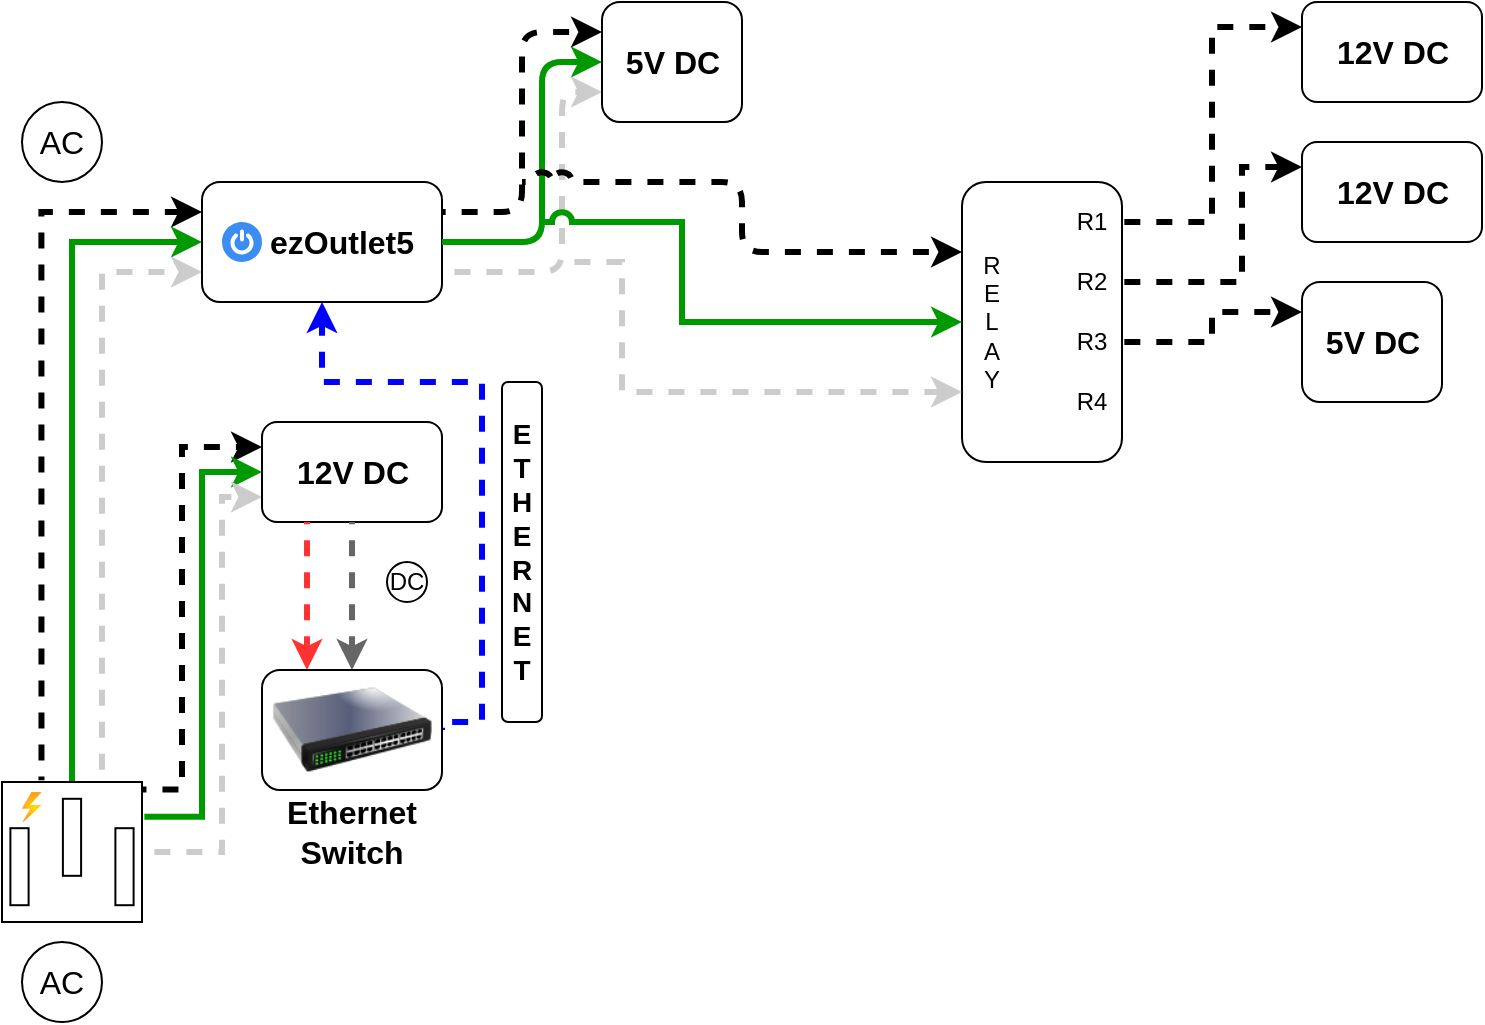
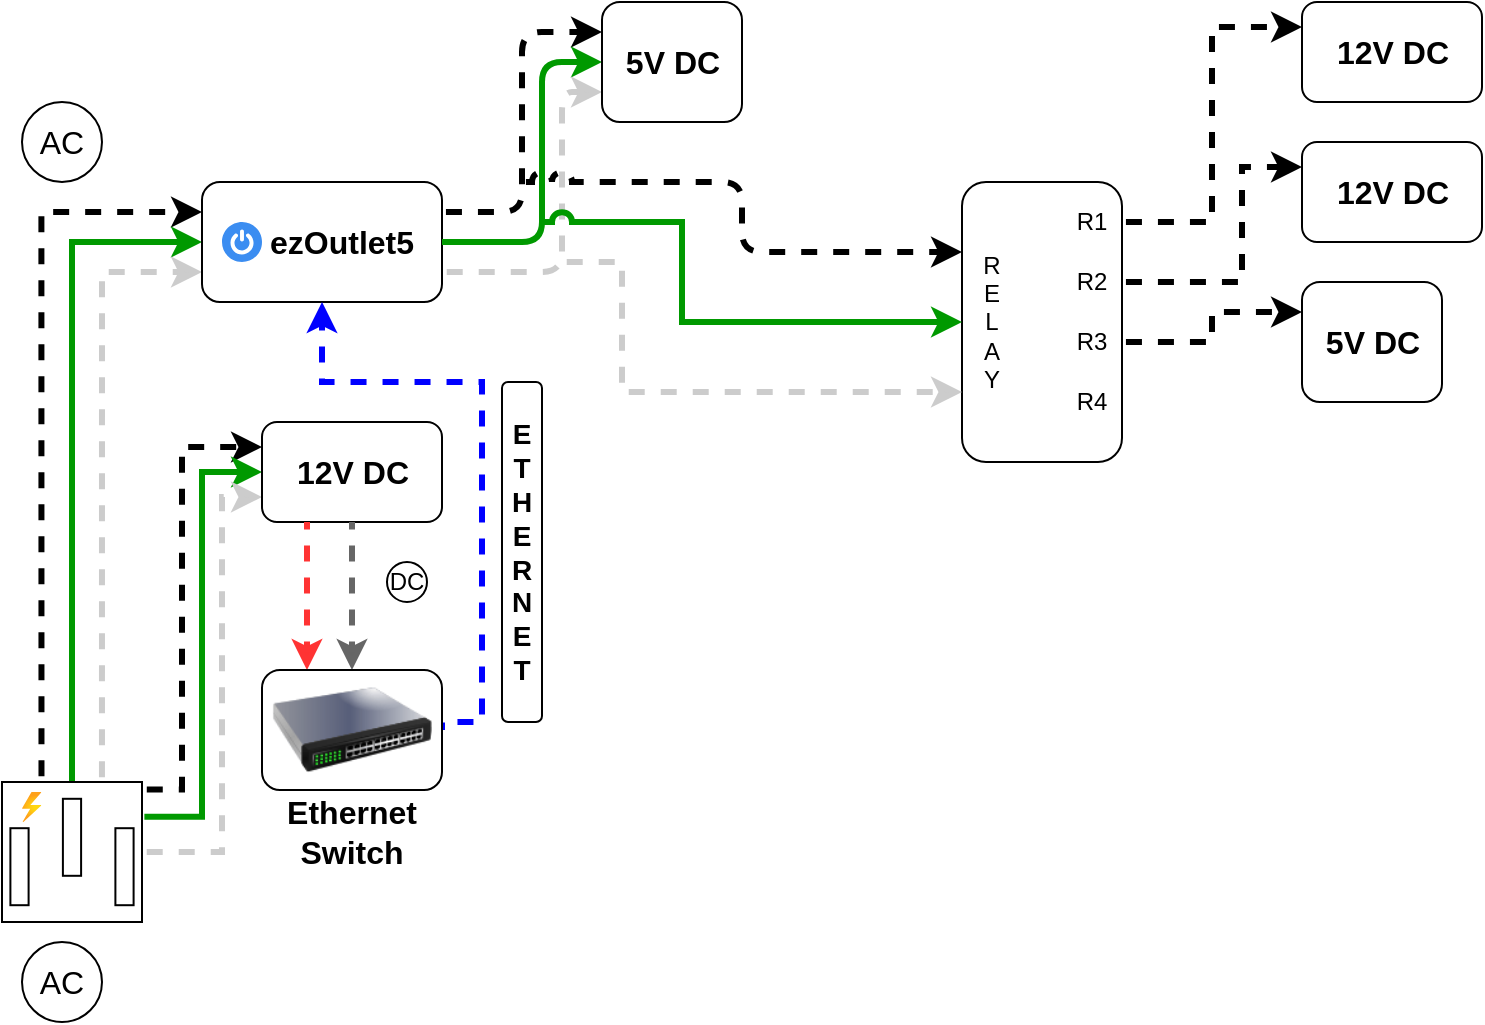
<mxfile host="app.diagrams.net" agent="Mozilla/5.0 (Windows NT 10.0; Win64; x64) AppleWebKit/537.36 (KHTML, like Gecko) Chrome/131.0.0.0 Safari/537.36 Edg/131.0.0.0" version="25.0.3">
  <diagram name="Page-1" id="VlRkN-xOVygPYa-iD9Ir">
-     <mxGraphModel dx="350" dy="219" grid="1" gridSize="10" guides="1" tooltips="1" connect="1" arrows="1" fold="1" page="1" pageScale="1" pageWidth="1169" pageHeight="827" background="none" math="0" shadow="0">
+     <mxGraphModel dx="1235" dy="774" grid="1" gridSize="10" guides="1" tooltips="1" connect="1" arrows="1" fold="1" page="1" pageScale="1" pageWidth="1169" pageHeight="827" background="none" math="0" shadow="0">
      <root>
        <mxCell id="0" />
        <mxCell id="1" parent="0" />
-         <mxCell id="JVLtuT8sySUBbFbLTn6r-3" style="edgeStyle=orthogonalEdgeStyle;rounded=0;orthogonalLoop=1;jettySize=auto;html=1;entryX=0;entryY=0.25;entryDx=0;entryDy=0;exitX=0.282;exitY=-0.013;exitDx=0;exitDy=0;exitPerimeter=0;strokeWidth=3;flowAnimation=1;flowAnimationDirection=alternate;flowAnimationTimingFunction=ease-in-out;" edge="1" parent="1" source="pD8juBFKP1GN8B8eYQTb-1" target="pD8juBFKP1GN8B8eYQTb-3">
+         <mxCell id="JVLtuT8sySUBbFbLTn6r-3" style="edgeStyle=orthogonalEdgeStyle;rounded=0;orthogonalLoop=1;jettySize=auto;html=1;entryX=0;entryY=0.25;entryDx=0;entryDy=0;exitX=0.282;exitY=-0.013;exitDx=0;exitDy=0;exitPerimeter=0;strokeWidth=3;flowAnimation=1;flowAnimationDirection=alternate;flowAnimationTimingFunction=ease-in-out;flowAnimationDuration=1500;" edge="1" parent="1" source="pD8juBFKP1GN8B8eYQTb-1" target="pD8juBFKP1GN8B8eYQTb-3">
          <mxGeometry relative="1" as="geometry" />
        </mxCell>
        <mxCell id="JVLtuT8sySUBbFbLTn6r-4" style="edgeStyle=orthogonalEdgeStyle;rounded=0;orthogonalLoop=1;jettySize=auto;html=1;exitX=0.5;exitY=0;exitDx=0;exitDy=0;exitPerimeter=0;entryX=0;entryY=0.5;entryDx=0;entryDy=0;strokeColor=#009900;strokeWidth=3;" edge="1" parent="1" source="pD8juBFKP1GN8B8eYQTb-1" target="pD8juBFKP1GN8B8eYQTb-3">
          <mxGeometry relative="1" as="geometry" />
        </mxCell>
        <mxCell id="JVLtuT8sySUBbFbLTn6r-5" style="edgeStyle=orthogonalEdgeStyle;rounded=0;orthogonalLoop=1;jettySize=auto;html=1;entryX=0;entryY=0.75;entryDx=0;entryDy=0;exitX=0.714;exitY=0;exitDx=0;exitDy=0;exitPerimeter=0;strokeWidth=3;strokeColor=#CCCCCC;flowAnimation=1;flowAnimationDirection=alternate-reverse;flowAnimationTimingFunction=ease-in-out;" edge="1" parent="1" source="pD8juBFKP1GN8B8eYQTb-1" target="pD8juBFKP1GN8B8eYQTb-3">
          <mxGeometry relative="1" as="geometry">
            <mxPoint x="120" y="320" as="targetPoint" />
          </mxGeometry>
        </mxCell>
-         <mxCell id="JVLtuT8sySUBbFbLTn6r-6" style="edgeStyle=orthogonalEdgeStyle;rounded=0;orthogonalLoop=1;jettySize=auto;html=1;entryX=0;entryY=0.25;entryDx=0;entryDy=0;exitX=1.006;exitY=0.054;exitDx=0;exitDy=0;exitPerimeter=0;strokeWidth=3;flowAnimation=1;flowAnimationDirection=alternate;flowAnimationTimingFunction=ease-in-out;" edge="1" parent="1" source="pD8juBFKP1GN8B8eYQTb-1" target="pD8juBFKP1GN8B8eYQTb-24">
+         <mxCell id="JVLtuT8sySUBbFbLTn6r-6" style="edgeStyle=orthogonalEdgeStyle;rounded=0;orthogonalLoop=1;jettySize=auto;html=1;entryX=0;entryY=0.25;entryDx=0;entryDy=0;exitX=1.006;exitY=0.054;exitDx=0;exitDy=0;exitPerimeter=0;strokeWidth=3;flowAnimation=1;flowAnimationDirection=alternate;flowAnimationTimingFunction=ease-in-out;flowAnimationDuration=1500;" edge="1" parent="1" source="pD8juBFKP1GN8B8eYQTb-1" target="pD8juBFKP1GN8B8eYQTb-24">
          <mxGeometry relative="1" as="geometry">
            <Array as="points">
              <mxPoint x="120" y="404" />
              <mxPoint x="120" y="233" />
            </Array>
          </mxGeometry>
        </mxCell>
        <mxCell id="JVLtuT8sySUBbFbLTn6r-7" style="edgeStyle=orthogonalEdgeStyle;rounded=0;orthogonalLoop=1;jettySize=auto;html=1;entryX=0;entryY=0.5;entryDx=0;entryDy=0;exitX=1.017;exitY=0.249;exitDx=0;exitDy=0;exitPerimeter=0;strokeWidth=3;strokeColor=#009900;" edge="1" parent="1" source="pD8juBFKP1GN8B8eYQTb-1" target="pD8juBFKP1GN8B8eYQTb-24">
          <mxGeometry relative="1" as="geometry" />
        </mxCell>
        <mxCell id="JVLtuT8sySUBbFbLTn6r-8" style="edgeStyle=orthogonalEdgeStyle;rounded=0;orthogonalLoop=1;jettySize=auto;html=1;entryX=0;entryY=0.75;entryDx=0;entryDy=0;strokeColor=#CCCCCC;strokeWidth=3;flowAnimation=1;flowAnimationDirection=alternate-reverse;flowAnimationTimingFunction=ease-in-out;" edge="1" parent="1" source="pD8juBFKP1GN8B8eYQTb-1" target="pD8juBFKP1GN8B8eYQTb-24">
          <mxGeometry relative="1" as="geometry">
            <Array as="points">
              <mxPoint x="140" y="435" />
              <mxPoint x="140" y="258" />
            </Array>
          </mxGeometry>
        </mxCell>
        <mxCell id="JVLtuT8sySUBbFbLTn6r-1" value="" style="group" vertex="1" connectable="0" parent="1">
          <mxGeometry x="30" y="480" width="60" height="40" as="geometry" />
        </mxCell>
        <mxCell id="pD8juBFKP1GN8B8eYQTb-22" value="AC" style="text;html=1;align=center;verticalAlign=middle;whiteSpace=wrap;rounded=0;fontSize=16;" parent="JVLtuT8sySUBbFbLTn6r-1" vertex="1">
          <mxGeometry y="5" width="60" height="30" as="geometry" />
        </mxCell>
        <mxCell id="pD8juBFKP1GN8B8eYQTb-23" value="" style="ellipse;whiteSpace=wrap;html=1;fillColor=none;" parent="JVLtuT8sySUBbFbLTn6r-1" vertex="1">
          <mxGeometry x="10" width="40" height="40" as="geometry" />
        </mxCell>
        <mxCell id="JVLtuT8sySUBbFbLTn6r-2" value="" style="group" vertex="1" connectable="0" parent="1">
          <mxGeometry x="30" y="60" width="60" height="40" as="geometry" />
        </mxCell>
        <mxCell id="pD8juBFKP1GN8B8eYQTb-9" value="" style="ellipse;whiteSpace=wrap;html=1;fillColor=none;" parent="JVLtuT8sySUBbFbLTn6r-2" vertex="1">
          <mxGeometry x="10" width="40" height="40" as="geometry" />
        </mxCell>
        <mxCell id="pD8juBFKP1GN8B8eYQTb-11" value="AC" style="text;html=1;align=center;verticalAlign=middle;whiteSpace=wrap;rounded=0;fontSize=16;" parent="JVLtuT8sySUBbFbLTn6r-2" vertex="1">
          <mxGeometry y="5" width="60" height="30" as="geometry" />
        </mxCell>
        <mxCell id="JVLtuT8sySUBbFbLTn6r-9" value="" style="group" vertex="1" connectable="0" parent="1">
          <mxGeometry x="130" y="100" width="120" height="60" as="geometry" />
        </mxCell>
        <mxCell id="JVLtuT8sySUBbFbLTn6r-16" value="" style="group" vertex="1" connectable="0" parent="JVLtuT8sySUBbFbLTn6r-9">
          <mxGeometry width="120" height="60" as="geometry" />
        </mxCell>
        <mxCell id="pD8juBFKP1GN8B8eYQTb-3" value="" style="rounded=1;whiteSpace=wrap;html=1;" parent="JVLtuT8sySUBbFbLTn6r-16" vertex="1">
          <mxGeometry width="120" height="60" as="geometry" />
        </mxCell>
        <mxCell id="JVLtuT8sySUBbFbLTn6r-13" value="" style="sketch=0;html=1;aspect=fixed;strokeColor=none;shadow=0;fillColor=#3B8DF1;verticalAlign=top;labelPosition=center;verticalLabelPosition=bottom;shape=mxgraph.gcp2.a7_power" vertex="1" parent="JVLtuT8sySUBbFbLTn6r-16">
          <mxGeometry x="10" y="20" width="20" height="20" as="geometry" />
        </mxCell>
        <mxCell id="pD8juBFKP1GN8B8eYQTb-15" value="&lt;b&gt;ezOutlet5&lt;/b&gt;" style="text;html=1;align=center;verticalAlign=middle;whiteSpace=wrap;rounded=0;fontSize=16;" parent="JVLtuT8sySUBbFbLTn6r-16" vertex="1">
          <mxGeometry x="40" y="10" width="60" height="40" as="geometry" />
        </mxCell>
        <mxCell id="JVLtuT8sySUBbFbLTn6r-11" value="" style="group" vertex="1" connectable="0" parent="1">
          <mxGeometry x="160" y="220" width="90" height="50" as="geometry" />
        </mxCell>
        <mxCell id="JVLtuT8sySUBbFbLTn6r-72" value="" style="group" vertex="1" connectable="0" parent="JVLtuT8sySUBbFbLTn6r-11">
          <mxGeometry width="90" height="50" as="geometry" />
        </mxCell>
        <mxCell id="pD8juBFKP1GN8B8eYQTb-24" value="" style="rounded=1;whiteSpace=wrap;html=1;" parent="JVLtuT8sySUBbFbLTn6r-72" vertex="1">
          <mxGeometry width="90" height="50" as="geometry" />
        </mxCell>
        <mxCell id="JVLtuT8sySUBbFbLTn6r-10" value="&lt;font style=&quot;font-size: 16px;&quot;&gt;&lt;b&gt;12V DC&lt;/b&gt;&lt;/font&gt;" style="text;html=1;align=center;verticalAlign=middle;whiteSpace=wrap;rounded=0;" vertex="1" parent="JVLtuT8sySUBbFbLTn6r-72">
          <mxGeometry x="15.75" y="10" width="58.5" height="30" as="geometry" />
        </mxCell>
        <mxCell id="JVLtuT8sySUBbFbLTn6r-18" value="" style="group" vertex="1" connectable="0" parent="1">
          <mxGeometry x="30" y="400" width="70" height="70" as="geometry" />
        </mxCell>
        <mxCell id="pD8juBFKP1GN8B8eYQTb-1" value="" style="pointerEvents=1;verticalLabelPosition=bottom;shadow=0;dashed=0;align=center;html=1;verticalAlign=top;shape=mxgraph.electrical.miscellaneous.ac_out" parent="JVLtuT8sySUBbFbLTn6r-18" vertex="1">
          <mxGeometry width="70" height="70" as="geometry" />
        </mxCell>
        <mxCell id="JVLtuT8sySUBbFbLTn6r-12" value="" style="image;aspect=fixed;html=1;points=[];align=center;fontSize=12;image=img/lib/azure2/general/Power.svg;" vertex="1" parent="JVLtuT8sySUBbFbLTn6r-18">
          <mxGeometry x="10" y="5" width="9.72" height="15" as="geometry" />
        </mxCell>
        <mxCell id="JVLtuT8sySUBbFbLTn6r-23" style="edgeStyle=orthogonalEdgeStyle;rounded=0;orthogonalLoop=1;jettySize=auto;html=1;entryX=0.25;entryY=0;entryDx=0;entryDy=0;exitX=0.25;exitY=1;exitDx=0;exitDy=0;strokeColor=#FF3333;strokeWidth=3;flowAnimation=1;" edge="1" parent="1" source="pD8juBFKP1GN8B8eYQTb-24" target="JVLtuT8sySUBbFbLTn6r-19">
          <mxGeometry relative="1" as="geometry" />
        </mxCell>
        <mxCell id="JVLtuT8sySUBbFbLTn6r-28" value="" style="group" vertex="1" connectable="0" parent="1">
          <mxGeometry x="220" y="290" width="25" height="20" as="geometry" />
        </mxCell>
        <mxCell id="JVLtuT8sySUBbFbLTn6r-26" value="" style="ellipse;whiteSpace=wrap;html=1;aspect=fixed;" vertex="1" parent="JVLtuT8sySUBbFbLTn6r-28">
          <mxGeometry x="2.5" width="20" height="20" as="geometry" />
        </mxCell>
        <mxCell id="JVLtuT8sySUBbFbLTn6r-27" value="&lt;font&gt;DC&lt;/font&gt;" style="text;html=1;align=center;verticalAlign=middle;whiteSpace=wrap;rounded=0;" vertex="1" parent="JVLtuT8sySUBbFbLTn6r-28">
          <mxGeometry y="2.5" width="25" height="15" as="geometry" />
        </mxCell>
        <mxCell id="JVLtuT8sySUBbFbLTn6r-29" style="edgeStyle=orthogonalEdgeStyle;rounded=0;orthogonalLoop=1;jettySize=auto;html=1;exitX=0.5;exitY=1;exitDx=0;exitDy=0;entryX=0.5;entryY=0;entryDx=0;entryDy=0;strokeWidth=3;flowAnimation=1;strokeColor=#666666;" edge="1" parent="1" source="pD8juBFKP1GN8B8eYQTb-24" target="JVLtuT8sySUBbFbLTn6r-19">
          <mxGeometry relative="1" as="geometry" />
        </mxCell>
        <mxCell id="JVLtuT8sySUBbFbLTn6r-30" style="edgeStyle=orthogonalEdgeStyle;rounded=0;orthogonalLoop=1;jettySize=auto;html=1;exitX=1;exitY=0.5;exitDx=0;exitDy=0;entryX=0.5;entryY=1;entryDx=0;entryDy=0;strokeColor=#0000FF;strokeWidth=3;flowAnimation=1;" edge="1" parent="1" source="JVLtuT8sySUBbFbLTn6r-19" target="pD8juBFKP1GN8B8eYQTb-3">
          <mxGeometry relative="1" as="geometry">
            <Array as="points">
              <mxPoint x="270" y="370" />
              <mxPoint x="270" y="200" />
              <mxPoint x="190" y="200" />
            </Array>
          </mxGeometry>
        </mxCell>
        <mxCell id="JVLtuT8sySUBbFbLTn6r-31" value="" style="rounded=1;whiteSpace=wrap;html=1;" vertex="1" parent="1">
          <mxGeometry x="280" y="200" width="20" height="170" as="geometry" />
        </mxCell>
        <mxCell id="JVLtuT8sySUBbFbLTn6r-32" value="&lt;b&gt;&lt;font style=&quot;font-size: 14px;&quot;&gt;E&lt;/font&gt;&lt;/b&gt;&lt;div&gt;&lt;b&gt;&lt;font style=&quot;font-size: 14px;&quot;&gt;T&lt;/font&gt;&lt;/b&gt;&lt;/div&gt;&lt;div&gt;&lt;b&gt;&lt;font style=&quot;font-size: 14px;&quot;&gt;H&lt;/font&gt;&lt;/b&gt;&lt;/div&gt;&lt;div&gt;&lt;b&gt;&lt;font style=&quot;font-size: 14px;&quot;&gt;E&lt;/font&gt;&lt;/b&gt;&lt;/div&gt;&lt;div&gt;&lt;b&gt;&lt;font style=&quot;font-size: 14px;&quot;&gt;R&lt;/font&gt;&lt;/b&gt;&lt;/div&gt;&lt;div&gt;&lt;b&gt;&lt;font style=&quot;font-size: 14px;&quot;&gt;N&lt;/font&gt;&lt;/b&gt;&lt;/div&gt;&lt;div&gt;&lt;b&gt;&lt;font style=&quot;font-size: 14px;&quot;&gt;E&lt;/font&gt;&lt;/b&gt;&lt;/div&gt;&lt;div&gt;&lt;b&gt;&lt;font style=&quot;font-size: 14px;&quot;&gt;T&lt;/font&gt;&lt;/b&gt;&lt;/div&gt;" style="text;html=1;align=center;verticalAlign=middle;whiteSpace=wrap;rounded=0;" vertex="1" parent="1">
          <mxGeometry x="275" y="180" width="30" height="210" as="geometry" />
        </mxCell>
        <mxCell id="JVLtuT8sySUBbFbLTn6r-33" value="" style="rounded=1;whiteSpace=wrap;html=1;" vertex="1" parent="1">
          <mxGeometry x="510" y="100" width="80" height="140" as="geometry" />
        </mxCell>
-         <mxCell id="JVLtuT8sySUBbFbLTn6r-35" style="edgeStyle=orthogonalEdgeStyle;rounded=1;orthogonalLoop=1;jettySize=auto;html=1;exitX=1;exitY=0.25;exitDx=0;exitDy=0;entryX=0;entryY=0.25;entryDx=0;entryDy=0;curved=0;strokeWidth=3;flowAnimation=1;flowAnimationDirection=alternate;flowAnimationTimingFunction=ease-in-out;" edge="1" parent="1" source="pD8juBFKP1GN8B8eYQTb-3" target="JVLtuT8sySUBbFbLTn6r-34">
+         <mxCell id="JVLtuT8sySUBbFbLTn6r-35" style="edgeStyle=orthogonalEdgeStyle;rounded=1;orthogonalLoop=1;jettySize=auto;html=1;exitX=1;exitY=0.25;exitDx=0;exitDy=0;entryX=0;entryY=0.25;entryDx=0;entryDy=0;curved=0;strokeWidth=3;flowAnimation=1;flowAnimationDirection=alternate;flowAnimationTimingFunction=ease-in-out;flowAnimationDuration=1500;" edge="1" parent="1" source="pD8juBFKP1GN8B8eYQTb-3" target="JVLtuT8sySUBbFbLTn6r-34">
          <mxGeometry relative="1" as="geometry" />
        </mxCell>
        <mxCell id="JVLtuT8sySUBbFbLTn6r-36" style="edgeStyle=orthogonalEdgeStyle;rounded=1;orthogonalLoop=1;jettySize=auto;html=1;exitX=1;exitY=0.5;exitDx=0;exitDy=0;entryX=0;entryY=0.5;entryDx=0;entryDy=0;curved=0;strokeWidth=3;strokeColor=#009900;" edge="1" parent="1" source="pD8juBFKP1GN8B8eYQTb-3" target="JVLtuT8sySUBbFbLTn6r-34">
          <mxGeometry relative="1" as="geometry">
            <Array as="points">
              <mxPoint x="300" y="130" />
              <mxPoint x="300" y="40" />
            </Array>
          </mxGeometry>
        </mxCell>
        <mxCell id="JVLtuT8sySUBbFbLTn6r-37" style="edgeStyle=orthogonalEdgeStyle;rounded=1;orthogonalLoop=1;jettySize=auto;html=1;exitX=1;exitY=0.75;exitDx=0;exitDy=0;entryX=0;entryY=0.75;entryDx=0;entryDy=0;curved=0;strokeColor=#CCCCCC;strokeWidth=3;flowAnimation=1;flowAnimationDirection=alternate-reverse;flowAnimationTimingFunction=ease-in-out;" edge="1" parent="1" source="pD8juBFKP1GN8B8eYQTb-3" target="JVLtuT8sySUBbFbLTn6r-34">
          <mxGeometry relative="1" as="geometry">
            <Array as="points">
              <mxPoint x="310" y="145" />
              <mxPoint x="310" y="55" />
            </Array>
          </mxGeometry>
        </mxCell>
-         <mxCell id="JVLtuT8sySUBbFbLTn6r-40" value="" style="endArrow=classic;html=1;rounded=1;curved=0;entryX=0;entryY=0.25;entryDx=0;entryDy=0;jumpStyle=arc;strokeWidth=3;flowAnimation=1;flowAnimationDirection=alternate;flowAnimationTimingFunction=ease-in-out;" edge="1" parent="1" target="JVLtuT8sySUBbFbLTn6r-33">
+         <mxCell id="JVLtuT8sySUBbFbLTn6r-40" value="" style="endArrow=classic;html=1;rounded=1;curved=0;entryX=0;entryY=0.25;entryDx=0;entryDy=0;jumpStyle=arc;strokeWidth=3;flowAnimation=1;flowAnimationDirection=alternate;flowAnimationTimingFunction=ease-in-out;flowAnimationDuration=1500;" edge="1" parent="1" target="JVLtuT8sySUBbFbLTn6r-33">
          <mxGeometry width="50" height="50" relative="1" as="geometry">
            <mxPoint x="290" y="100" as="sourcePoint" />
            <mxPoint x="410" y="170" as="targetPoint" />
            <Array as="points">
              <mxPoint x="400" y="100" />
              <mxPoint x="400" y="135" />
            </Array>
          </mxGeometry>
        </mxCell>
        <mxCell id="JVLtuT8sySUBbFbLTn6r-51" value="" style="group" vertex="1" connectable="0" parent="1">
          <mxGeometry x="160" y="344" width="90" height="96" as="geometry" />
        </mxCell>
        <mxCell id="JVLtuT8sySUBbFbLTn6r-21" value="" style="group" vertex="1" connectable="0" parent="JVLtuT8sySUBbFbLTn6r-51">
          <mxGeometry width="90" height="70" as="geometry" />
        </mxCell>
        <mxCell id="JVLtuT8sySUBbFbLTn6r-50" value="" style="group" vertex="1" connectable="0" parent="JVLtuT8sySUBbFbLTn6r-21">
          <mxGeometry width="90" height="70" as="geometry" />
        </mxCell>
        <mxCell id="JVLtuT8sySUBbFbLTn6r-19" value="" style="rounded=1;whiteSpace=wrap;html=1;" vertex="1" parent="JVLtuT8sySUBbFbLTn6r-50">
          <mxGeometry width="90" height="60" as="geometry" />
        </mxCell>
        <mxCell id="JVLtuT8sySUBbFbLTn6r-49" value="" style="image;html=1;image=img/lib/clip_art/networking/Switch_128x128.png" vertex="1" parent="JVLtuT8sySUBbFbLTn6r-50">
          <mxGeometry x="5" y="-10" width="80" height="80" as="geometry" />
        </mxCell>
        <mxCell id="JVLtuT8sySUBbFbLTn6r-20" value="&lt;b&gt;&lt;font style=&quot;font-size: 16px;&quot;&gt;Ethernet&lt;/font&gt;&lt;/b&gt;&lt;div&gt;&lt;b&gt;&lt;font style=&quot;font-size: 16px;&quot;&gt;Switch&lt;/font&gt;&lt;/b&gt;&lt;/div&gt;" style="text;html=1;align=center;verticalAlign=middle;whiteSpace=wrap;rounded=0;" vertex="1" parent="JVLtuT8sySUBbFbLTn6r-51">
          <mxGeometry x="15" y="66" width="60" height="30" as="geometry" />
        </mxCell>
        <mxCell id="JVLtuT8sySUBbFbLTn6r-53" value="" style="group" vertex="1" connectable="0" parent="1">
          <mxGeometry x="330" y="10" width="70" height="60" as="geometry" />
        </mxCell>
        <mxCell id="JVLtuT8sySUBbFbLTn6r-71" value="" style="group" vertex="1" connectable="0" parent="JVLtuT8sySUBbFbLTn6r-53">
          <mxGeometry width="70" height="60" as="geometry" />
        </mxCell>
        <mxCell id="JVLtuT8sySUBbFbLTn6r-34" value="" style="rounded=1;whiteSpace=wrap;html=1;" vertex="1" parent="JVLtuT8sySUBbFbLTn6r-71">
          <mxGeometry width="70" height="60" as="geometry" />
        </mxCell>
        <mxCell id="JVLtuT8sySUBbFbLTn6r-52" value="&lt;font style=&quot;font-size: 16px;&quot;&gt;&lt;b&gt;5&lt;/b&gt;&lt;/font&gt;&lt;b style=&quot;font-size: 16px; background-color: initial;&quot;&gt;V DC&lt;/b&gt;" style="text;html=1;align=center;verticalAlign=middle;whiteSpace=wrap;rounded=0;" vertex="1" parent="JVLtuT8sySUBbFbLTn6r-71">
          <mxGeometry x="5.75" y="15" width="58.5" height="30" as="geometry" />
        </mxCell>
        <mxCell id="JVLtuT8sySUBbFbLTn6r-54" value="" style="endArrow=classic;html=1;rounded=0;entryX=0;entryY=0.5;entryDx=0;entryDy=0;jumpStyle=arc;strokeColor=#009900;strokeWidth=3;" edge="1" parent="1" target="JVLtuT8sySUBbFbLTn6r-33">
          <mxGeometry width="50" height="50" relative="1" as="geometry">
            <mxPoint x="300" y="120" as="sourcePoint" />
            <mxPoint x="350" y="80" as="targetPoint" />
            <Array as="points">
              <mxPoint x="370" y="120" />
              <mxPoint x="370" y="170" />
            </Array>
          </mxGeometry>
        </mxCell>
        <mxCell id="JVLtuT8sySUBbFbLTn6r-55" value="" style="endArrow=classic;html=1;rounded=0;entryX=0;entryY=0.75;entryDx=0;entryDy=0;strokeColor=#CCCCCC;strokeWidth=3;jumpStyle=arc;flowAnimation=1;flowAnimationDirection=alternate-reverse;flowAnimationTimingFunction=ease-in-out;" edge="1" parent="1" target="JVLtuT8sySUBbFbLTn6r-33">
          <mxGeometry width="50" height="50" relative="1" as="geometry">
            <mxPoint x="310" y="140" as="sourcePoint" />
            <mxPoint x="350" y="140" as="targetPoint" />
            <Array as="points">
              <mxPoint x="340" y="140" />
              <mxPoint x="340" y="205" />
            </Array>
          </mxGeometry>
        </mxCell>
        <mxCell id="JVLtuT8sySUBbFbLTn6r-56" value="R&lt;div&gt;E&lt;/div&gt;&lt;div&gt;L&lt;/div&gt;&lt;div&gt;A&lt;/div&gt;&lt;div&gt;Y&lt;/div&gt;" style="text;html=1;align=center;verticalAlign=middle;whiteSpace=wrap;rounded=0;" vertex="1" parent="1">
          <mxGeometry x="510" y="135" width="30" height="70" as="geometry" />
        </mxCell>
        <mxCell id="JVLtuT8sySUBbFbLTn6r-79" style="edgeStyle=orthogonalEdgeStyle;rounded=0;orthogonalLoop=1;jettySize=auto;html=1;exitX=1;exitY=0.5;exitDx=0;exitDy=0;entryX=0;entryY=0.25;entryDx=0;entryDy=0;strokeWidth=3;flowAnimation=1;flowAnimationDirection=alternate;flowAnimationTimingFunction=ease-in-out;flowAnimationDuration=1500;" edge="1" parent="1" source="JVLtuT8sySUBbFbLTn6r-57" target="JVLtuT8sySUBbFbLTn6r-74">
          <mxGeometry relative="1" as="geometry" />
        </mxCell>
        <mxCell id="JVLtuT8sySUBbFbLTn6r-57" value="R1" style="text;html=1;align=center;verticalAlign=middle;whiteSpace=wrap;rounded=0;" vertex="1" parent="1">
          <mxGeometry x="560" y="105" width="30" height="30" as="geometry" />
        </mxCell>
        <mxCell id="JVLtuT8sySUBbFbLTn6r-80" style="edgeStyle=orthogonalEdgeStyle;rounded=0;orthogonalLoop=1;jettySize=auto;html=1;exitX=1;exitY=0.5;exitDx=0;exitDy=0;entryX=0;entryY=0.25;entryDx=0;entryDy=0;strokeWidth=3;flowAnimation=1;flowAnimationDirection=alternate;flowAnimationTimingFunction=ease-in-out;flowAnimationDuration=1500;" edge="1" parent="1" source="JVLtuT8sySUBbFbLTn6r-58" target="JVLtuT8sySUBbFbLTn6r-77">
          <mxGeometry relative="1" as="geometry">
            <Array as="points">
              <mxPoint x="650" y="150" />
              <mxPoint x="650" y="93" />
            </Array>
          </mxGeometry>
        </mxCell>
        <mxCell id="JVLtuT8sySUBbFbLTn6r-58" value="R2" style="text;html=1;align=center;verticalAlign=middle;whiteSpace=wrap;rounded=0;" vertex="1" parent="1">
          <mxGeometry x="560" y="135" width="30" height="30" as="geometry" />
        </mxCell>
        <mxCell id="JVLtuT8sySUBbFbLTn6r-81" style="edgeStyle=orthogonalEdgeStyle;rounded=0;orthogonalLoop=1;jettySize=auto;html=1;exitX=1;exitY=0.5;exitDx=0;exitDy=0;entryX=0;entryY=0.25;entryDx=0;entryDy=0;strokeWidth=3;flowAnimation=1;flowAnimationDirection=alternate;flowAnimationTimingFunction=ease-in-out;flowAnimationDuration=1500;" edge="1" parent="1" source="JVLtuT8sySUBbFbLTn6r-59" target="JVLtuT8sySUBbFbLTn6r-63">
          <mxGeometry relative="1" as="geometry" />
        </mxCell>
        <mxCell id="JVLtuT8sySUBbFbLTn6r-59" value="R3" style="text;html=1;align=center;verticalAlign=middle;whiteSpace=wrap;rounded=0;" vertex="1" parent="1">
          <mxGeometry x="560" y="165" width="30" height="30" as="geometry" />
        </mxCell>
        <mxCell id="JVLtuT8sySUBbFbLTn6r-60" value="R4" style="text;html=1;align=center;verticalAlign=middle;whiteSpace=wrap;rounded=0;" vertex="1" parent="1">
          <mxGeometry x="560" y="195" width="30" height="30" as="geometry" />
        </mxCell>
        <mxCell id="JVLtuT8sySUBbFbLTn6r-67" value="" style="group" vertex="1" connectable="0" parent="1">
          <mxGeometry x="680" y="150" width="70" height="60" as="geometry" />
        </mxCell>
        <mxCell id="JVLtuT8sySUBbFbLTn6r-63" value="" style="rounded=1;whiteSpace=wrap;html=1;" vertex="1" parent="JVLtuT8sySUBbFbLTn6r-67">
          <mxGeometry width="70" height="60" as="geometry" />
        </mxCell>
        <mxCell id="JVLtuT8sySUBbFbLTn6r-62" value="" style="group" vertex="1" connectable="0" parent="JVLtuT8sySUBbFbLTn6r-67">
          <mxGeometry width="70" height="60" as="geometry" />
        </mxCell>
        <mxCell id="JVLtuT8sySUBbFbLTn6r-64" value="&lt;font style=&quot;font-size: 16px;&quot;&gt;&lt;b&gt;5&lt;/b&gt;&lt;/font&gt;&lt;b style=&quot;font-size: 16px; background-color: initial;&quot;&gt;V DC&lt;/b&gt;" style="text;html=1;align=center;verticalAlign=middle;whiteSpace=wrap;rounded=0;" vertex="1" parent="JVLtuT8sySUBbFbLTn6r-62">
          <mxGeometry x="5.75" y="15" width="58.5" height="30" as="geometry" />
        </mxCell>
        <mxCell id="JVLtuT8sySUBbFbLTn6r-73" value="" style="group" vertex="1" connectable="0" parent="1">
          <mxGeometry x="680" y="10" width="90" height="50" as="geometry" />
        </mxCell>
        <mxCell id="JVLtuT8sySUBbFbLTn6r-74" value="" style="rounded=1;whiteSpace=wrap;html=1;" vertex="1" parent="JVLtuT8sySUBbFbLTn6r-73">
          <mxGeometry width="90" height="50" as="geometry" />
        </mxCell>
        <mxCell id="JVLtuT8sySUBbFbLTn6r-75" value="&lt;font style=&quot;font-size: 16px;&quot;&gt;&lt;b&gt;12V DC&lt;/b&gt;&lt;/font&gt;" style="text;html=1;align=center;verticalAlign=middle;whiteSpace=wrap;rounded=0;" vertex="1" parent="JVLtuT8sySUBbFbLTn6r-73">
          <mxGeometry x="15.75" y="10" width="58.5" height="30" as="geometry" />
        </mxCell>
        <mxCell id="JVLtuT8sySUBbFbLTn6r-76" value="" style="group" vertex="1" connectable="0" parent="1">
          <mxGeometry x="680" y="80" width="90" height="50" as="geometry" />
        </mxCell>
        <mxCell id="JVLtuT8sySUBbFbLTn6r-77" value="" style="rounded=1;whiteSpace=wrap;html=1;" vertex="1" parent="JVLtuT8sySUBbFbLTn6r-76">
          <mxGeometry width="90" height="50" as="geometry" />
        </mxCell>
        <mxCell id="JVLtuT8sySUBbFbLTn6r-78" value="&lt;font style=&quot;font-size: 16px;&quot;&gt;&lt;b&gt;12V DC&lt;/b&gt;&lt;/font&gt;" style="text;html=1;align=center;verticalAlign=middle;whiteSpace=wrap;rounded=0;" vertex="1" parent="JVLtuT8sySUBbFbLTn6r-76">
          <mxGeometry x="15.75" y="10" width="58.5" height="30" as="geometry" />
        </mxCell>
      </root>
    </mxGraphModel>
  </diagram>
</mxfile>
